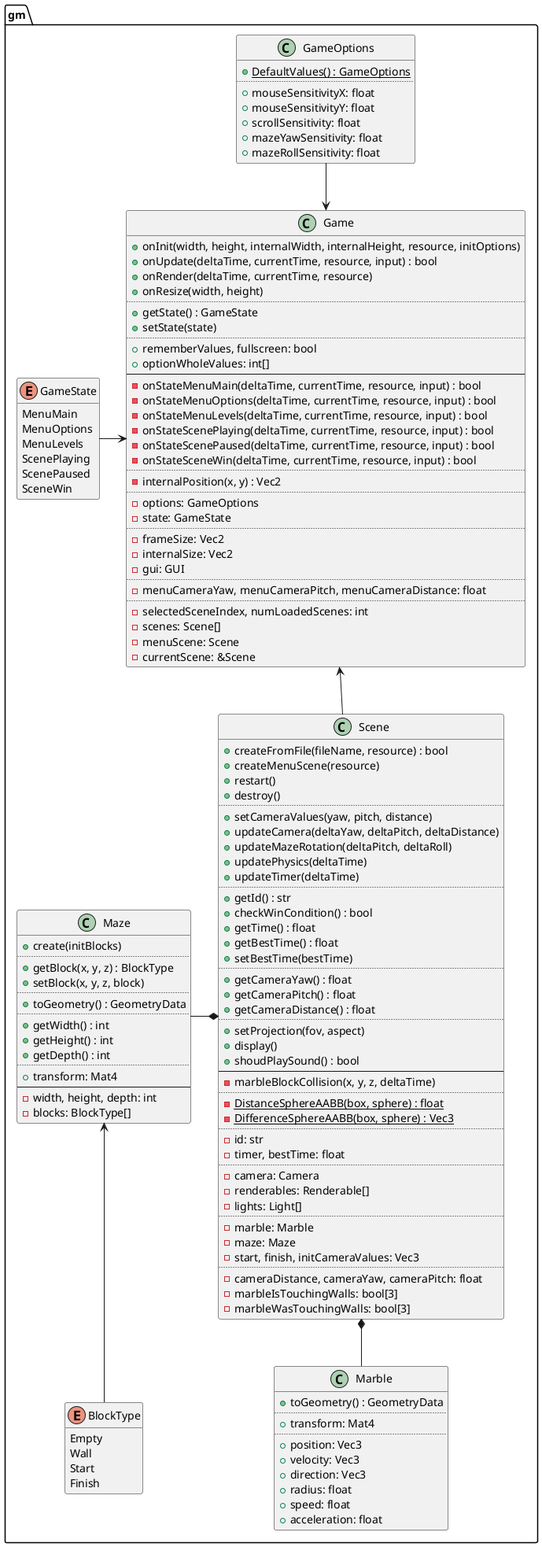
This is design/gm.png from ba6er/marblemaze, a PlantUML export, as it was before one commit.
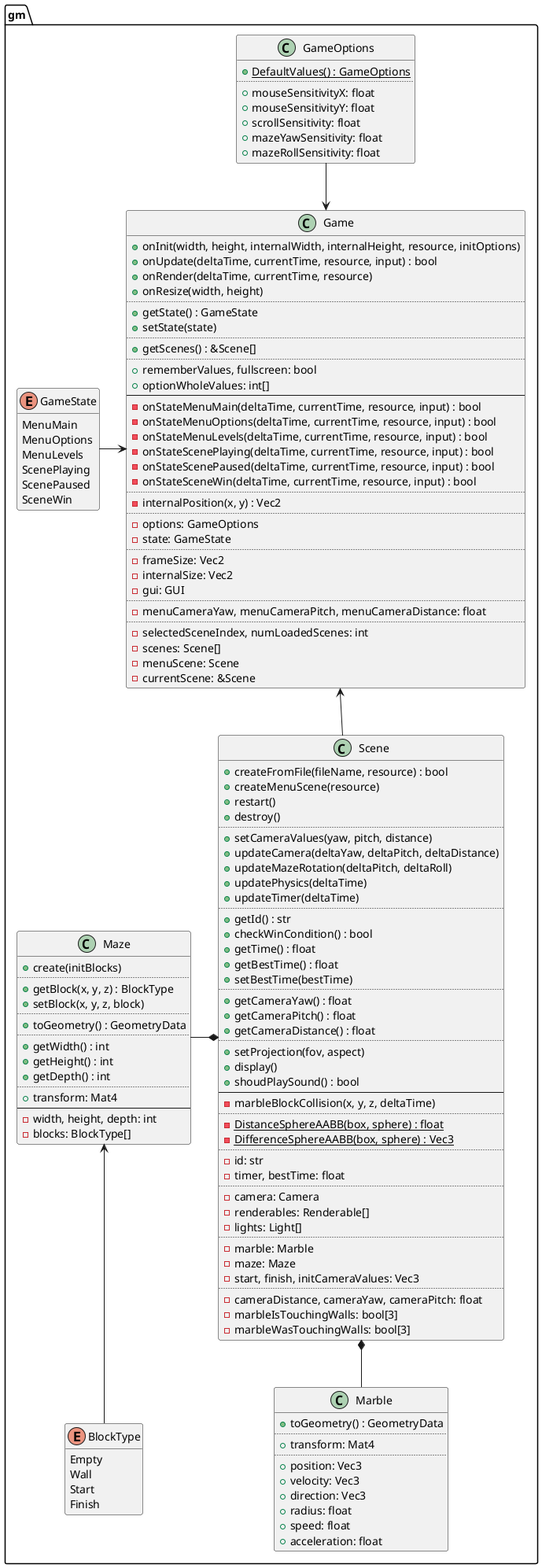
After the commit.

Commit message:
Added scene score loading from file

The edit, as a diff of the source:
```diff
@@ -30,6 +30,8 @@
 	..
 	+getState() : GameState
 	+setState(state)
+	..
+	+getScenes() : &Scene[]
 	..
 	+rememberValues, fullscreen: bool
 	+optionWholeValues: int[]
```
